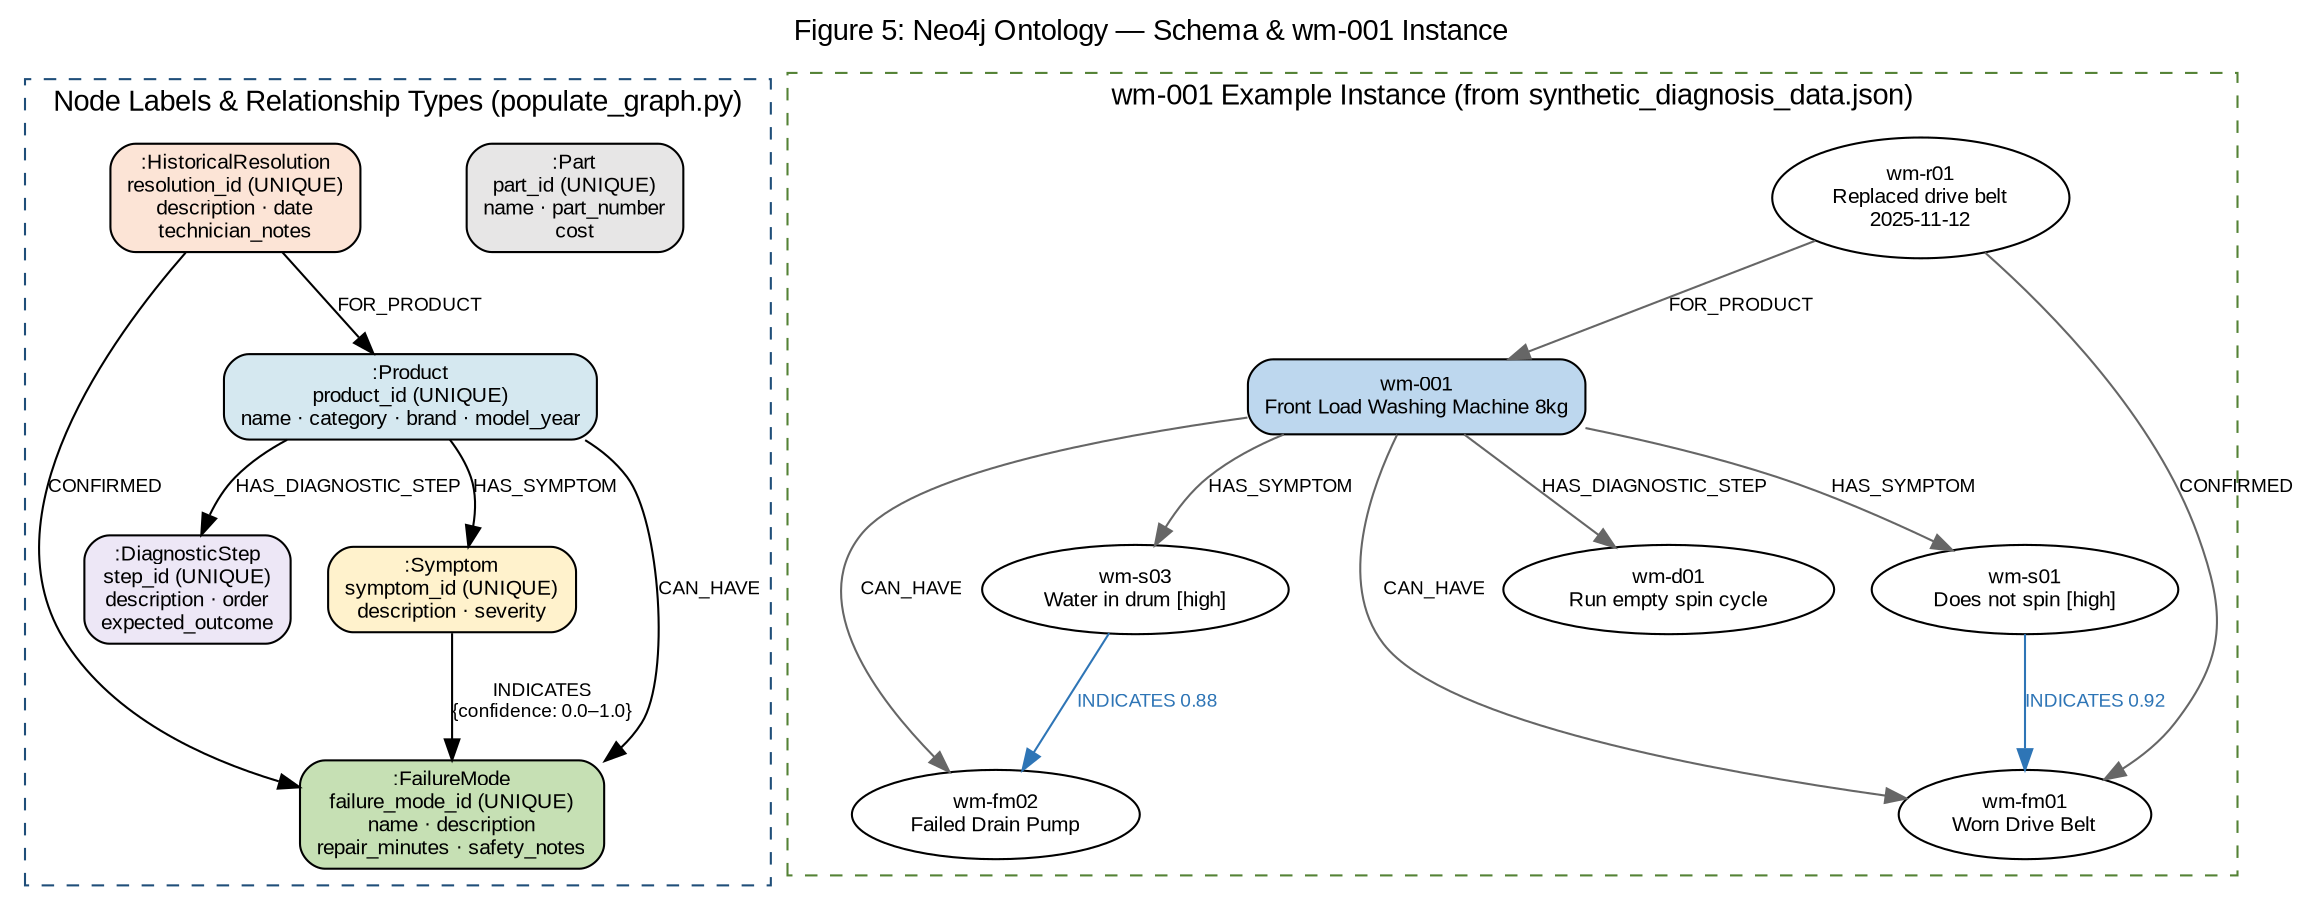
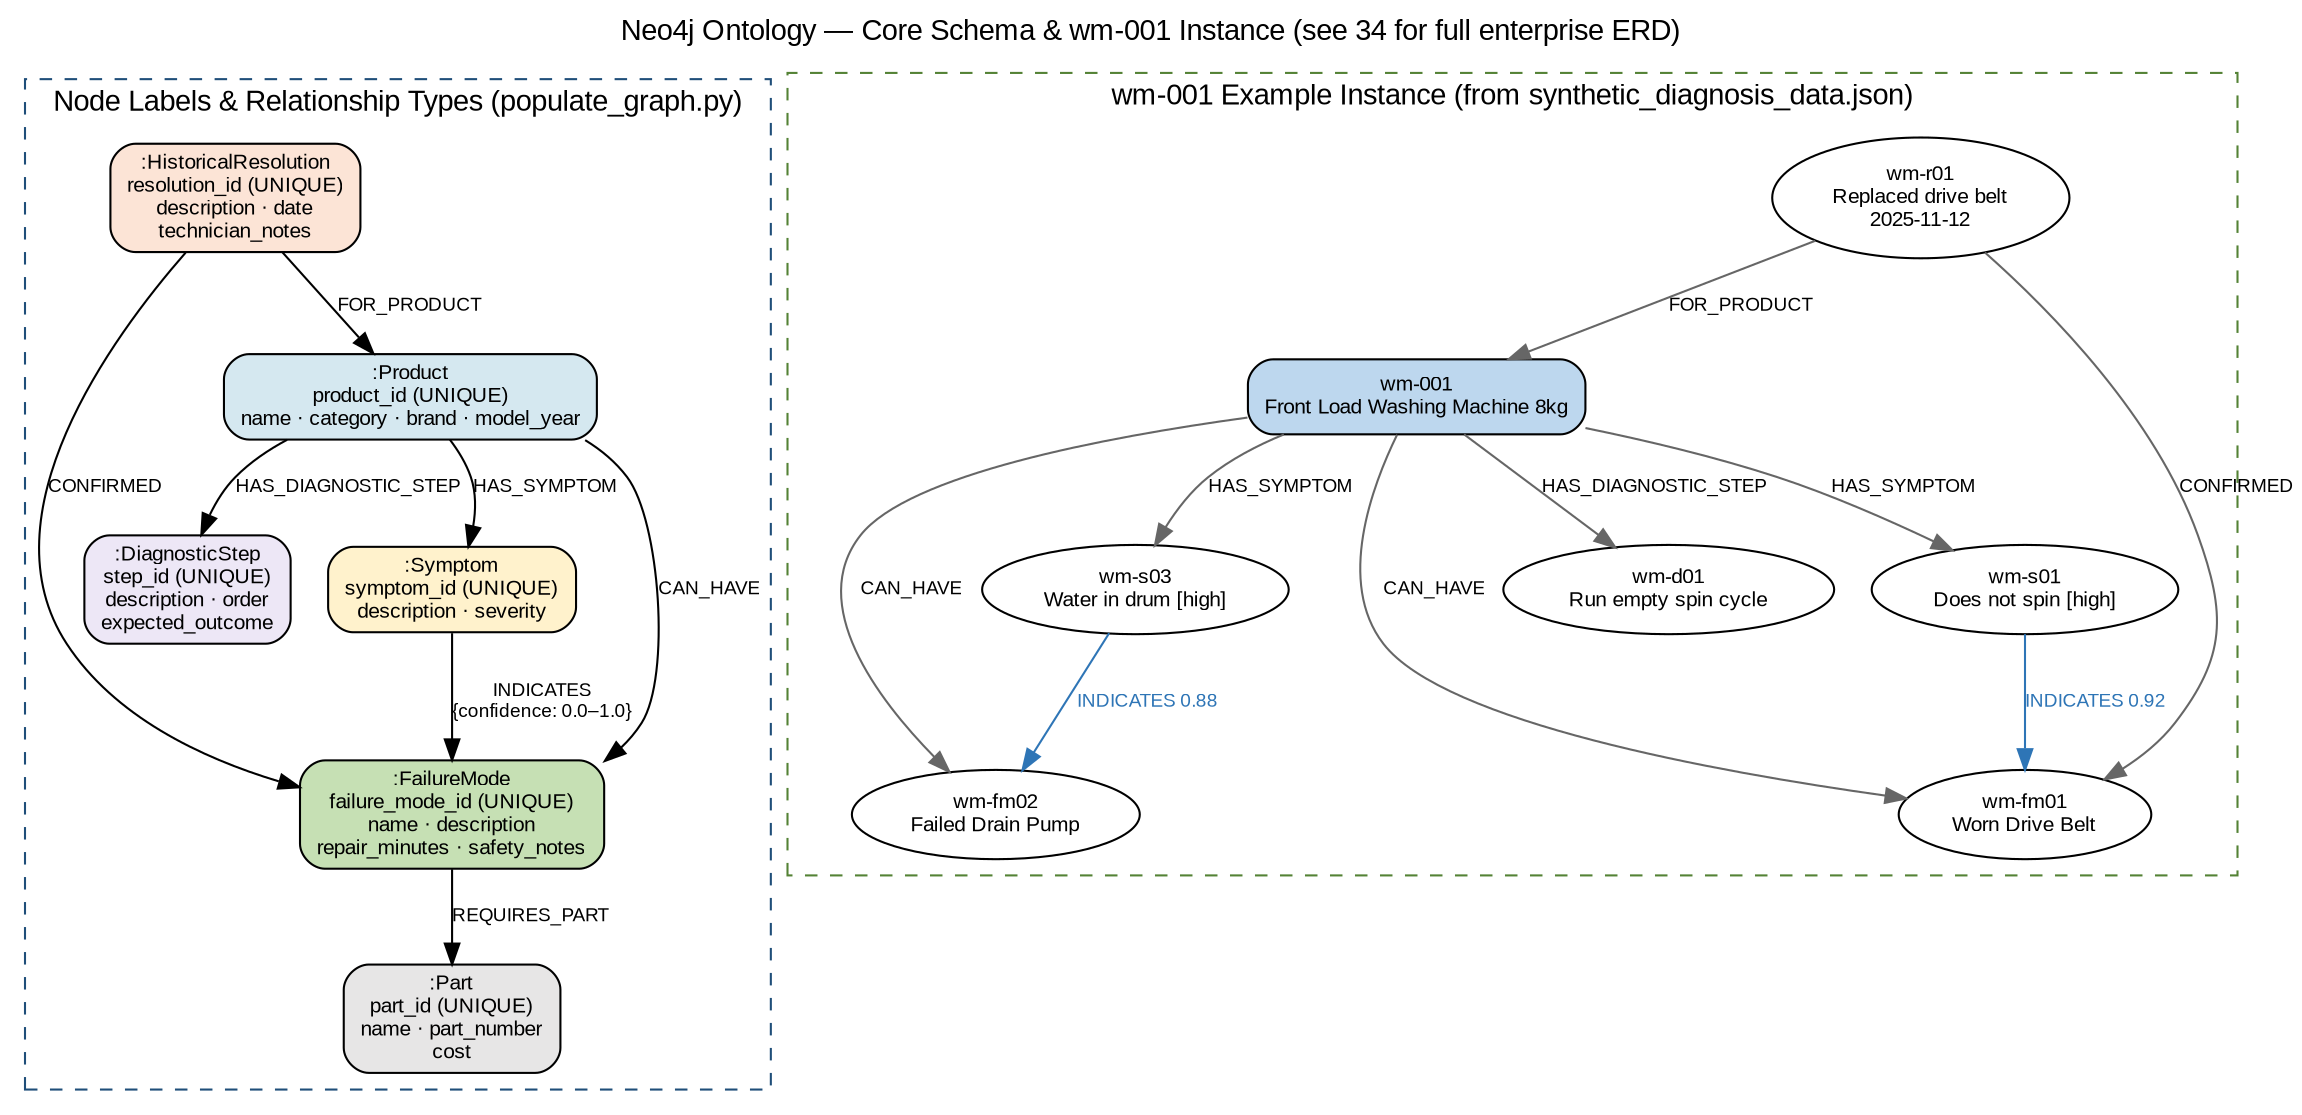
// Figure 5: Neo4j Knowledge Graph Ontology (schema + wm-001 instance)
digraph Neo4jOntology {
  graph [
    rankdir=TB
-     label="Figure 5: Neo4j Ontology — Schema & wm-001 Instance"
+     label="Neo4j Ontology — Core Schema & wm-001 Instance (see 34 for full enterprise ERD)"
    labelloc=t
    fontsize=14
    fontname="Arial"
    bgcolor="white"
    splines=true
  ]
  node [fontname="Arial", fontsize=10]
  edge [fontname="Arial", fontsize=9]

  subgraph cluster_schema {
    label="Node Labels & Relationship Types (populate_graph.py)"
    style=dashed
    color="#1F4E79"

    Product [label=":Product\nproduct_id (UNIQUE)\nname · category · brand · model_year", shape=box, style="rounded,filled", fillcolor="#D5E8F0"]
    Symptom [label=":Symptom\nsymptom_id (UNIQUE)\ndescription · severity", shape=box, style="rounded,filled", fillcolor="#FFF2CC"]
    FailureMode [label=":FailureMode\nfailure_mode_id (UNIQUE)\nname · description\nrepair_minutes · safety_notes", shape=box, style="rounded,filled", fillcolor="#C6E0B4"]
    DiagStep [label=":DiagnosticStep\nstep_id (UNIQUE)\ndescription · order\nexpected_outcome", shape=box, style="rounded,filled", fillcolor="#EDE7F6"]
    Part [label=":Part\npart_id (UNIQUE)\nname · part_number\ncost", shape=box, style="rounded,filled", fillcolor="#E7E6E6"]
    HistRes [label=":HistoricalResolution\nresolution_id (UNIQUE)\ndescription · date\ntechnician_notes", shape=box, style="rounded,filled", fillcolor="#FCE4D6"]

    Product -> Symptom [label="HAS_SYMPTOM"]
    Product -> FailureMode [label="CAN_HAVE"]
    Product -> DiagStep [label="HAS_DIAGNOSTIC_STEP"]
    Symptom -> FailureMode [label="INDICATES\n{confidence: 0.0–1.0}"]
+     FailureMode -> Part [label="REQUIRES_PART"]
    HistRes -> Product [label="FOR_PRODUCT"]
    HistRes -> FailureMode [label="CONFIRMED"]
  }

  subgraph cluster_instance {
    label="wm-001 Example Instance (from synthetic_diagnosis_data.json)"
    style=dashed
    color="#548235"

    WM [label="wm-001\nFront Load Washing Machine 8kg", shape=box, style="rounded,filled", fillcolor="#BDD7EE"]

    S01 [label="wm-s01\nDoes not spin [high]", fillcolor="#FFE699"]
    S03 [label="wm-s03\nWater in drum [high]", fillcolor="#FFE699"]
    FM01 [label="wm-fm01\nWorn Drive Belt", fillcolor="#A9D18E"]
    FM02 [label="wm-fm02\nFailed Drain Pump", fillcolor="#A9D18E"]
    D01 [label="wm-d01\nRun empty spin cycle", fillcolor="#D9D2E9"]
    R01 [label="wm-r01\nReplaced drive belt\n2025-11-12", fillcolor="#F4B084"]

    WM -> S01 [label="HAS_SYMPTOM", color="#666666"]
    WM -> S03 [label="HAS_SYMPTOM", color="#666666"]
    WM -> FM01 [label="CAN_HAVE", color="#666666"]
    WM -> FM02 [label="CAN_HAVE", color="#666666"]
    WM -> D01 [label="HAS_DIAGNOSTIC_STEP", color="#666666"]
    S01 -> FM01 [label="INDICATES 0.92", color="#2E75B6", fontcolor="#2E75B6"]
    S03 -> FM02 [label="INDICATES 0.88", color="#2E75B6", fontcolor="#2E75B6"]
    R01 -> WM [label="FOR_PRODUCT", color="#666666"]
    R01 -> FM01 [label="CONFIRMED", color="#666666"]
  }
}